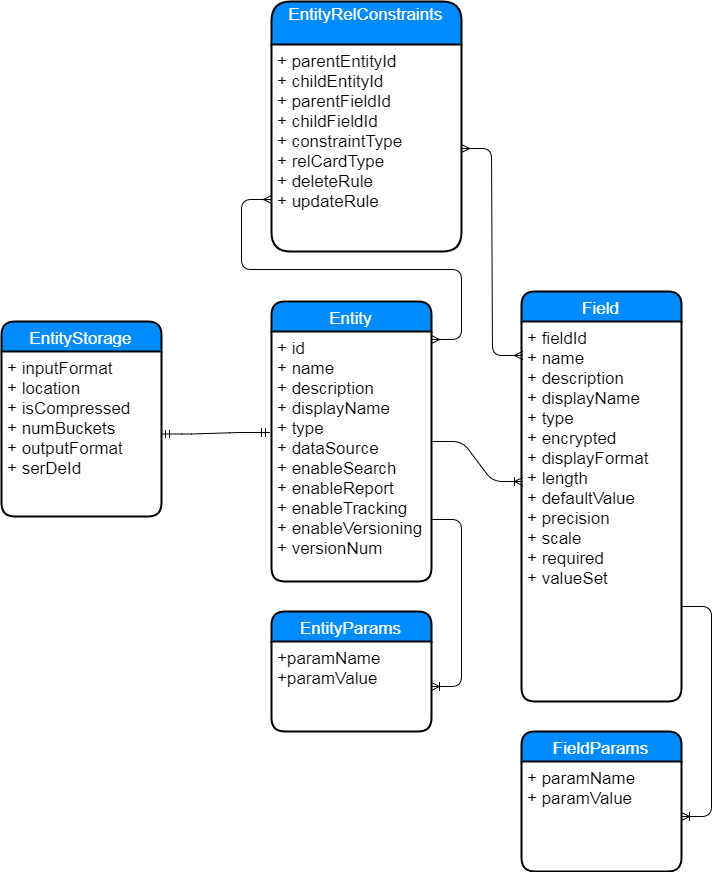
This is entity.png from sandhyaagarwal/diagrams, a draw.io export, as it was before one commit. Source tidied: cells renumbered, new cells last; positions are measured from the earlier drawing's top-left corner, leaving out a move shared by most shapes.
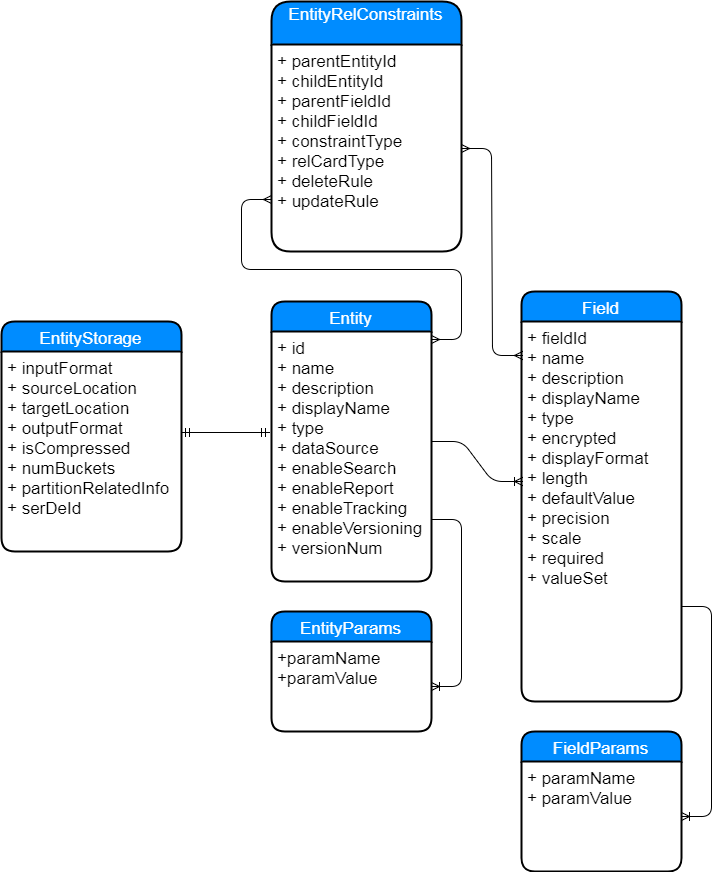
The same diagram one commit later.

The edit, as a diff of the source:
```diff
@@ -35,14 +35,16 @@
     <mxCell id="12" value="+ fieldId&#10;+ name&#10;+ description&#10;+ displayName&#10;+ type&#10;+ encrypted&#10;+ displayFormat&#10;+ length&#10;+ defaultValue&#10;+ precision&#10;+ scale&#10;+ required&#10;+ valueSet&#10;" style="align=left;strokeColor=none;fillColor=none;spacingLeft=4;fontSize=17;verticalAlign=top;" parent="11" vertex="1">
       <mxGeometry y="30" width="160" height="380" as="geometry" />
     </mxCell>
-    <mxCell id="13" style="edgeStyle=entityRelationEdgeStyle;html=1;endArrow=ERmandOne;startArrow=ERmandOne;entryX=-0.012;entryY=0.404;entryPerimeter=0;" parent="1" edge="1" source="15" target="3">
-      <mxGeometry relative="1" as="geometry" />
+    <mxCell id="13" style="edgeStyle=entityRelationEdgeStyle;html=1;endArrow=ERmandOne;startArrow=ERmandOne;entryX=-0.012;entryY=0.404;entryPerimeter=0;" parent="1" edge="1" target="3">
+      <mxGeometry relative="1" as="geometry">
+        <mxPoint x="180" y="431" as="sourcePoint" />
+      </mxGeometry>
     </mxCell>
     <mxCell id="14" value="EntityStorage" style="swimlane;horizontal=1;startSize=30;fillColor=#008cff;fontColor=#FFFFFF;rounded=1;fontSize=17;fontStyle=0;strokeWidth=2;shadow=0;dashed=0;align=center;" parent="1" vertex="1">
-      <mxGeometry y="320" width="160" height="195" as="geometry" />
+      <mxGeometry y="320" width="180" height="230" as="geometry" />
     </mxCell>
-    <mxCell id="15" value="+ inputFormat&#10;+ location&#10;+ isCompressed&#10;+ numBuckets&#10;+ outputFormat&#10;+ serDeId" style="align=left;strokeColor=none;fillColor=none;spacingLeft=4;fontSize=17;verticalAlign=top;" parent="14" vertex="1">
-      <mxGeometry y="30" width="160" height="165" as="geometry" />
+    <mxCell id="15" value="+ inputFormat&#10;+ sourceLocation&#10;+ targetLocation&#10;+ outputFormat&#10;+ isCompressed&#10;+ numBuckets&#10;+ partitionRelatedInfo&#10;+ serDeId" style="align=left;strokeColor=none;fillColor=none;spacingLeft=4;fontSize=17;verticalAlign=top;" parent="14" vertex="1">
+      <mxGeometry y="30" width="180" height="200" as="geometry" />
     </mxCell>
     <mxCell id="16" value="EntityRelConstraints&#10;" style="swimlane;horizontal=1;startSize=43;fillColor=#008cff;fontColor=#FFFFFF;rounded=1;fontSize=17;fontStyle=0;strokeWidth=2;shadow=0;dashed=0;align=center;" parent="1" vertex="1">
       <mxGeometry x="270" width="190" height="250" as="geometry" />
```
